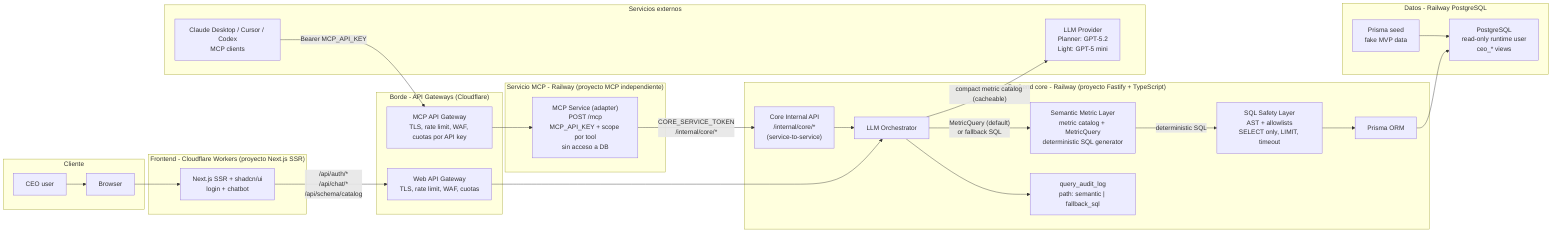
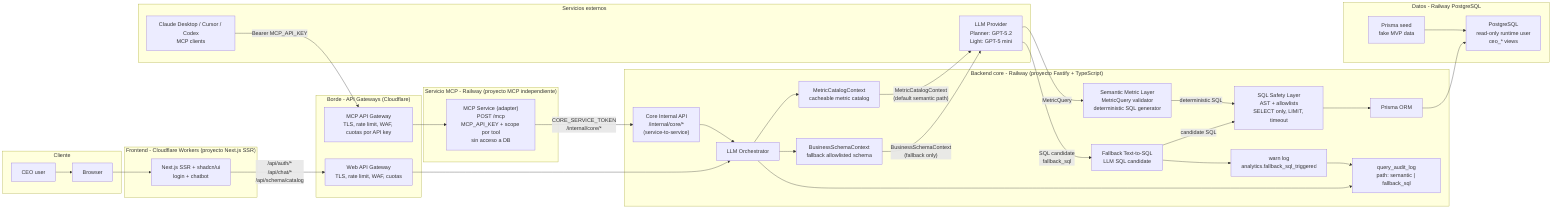
flowchart LR
  subgraph client["Cliente"]
    CEO["CEO user"]
    Browser["Browser"]
  end

  subgraph cf["Frontend - Cloudflare Workers (proyecto Next.js SSR)"]
    Next["Next.js SSR + shadcn/ui\nlogin + chatbot"]
  end

  subgraph edge["Borde - API Gateways (Cloudflare)"]
    WebGW["Web API Gateway\nTLS, rate limit, WAF, cuotas"]
    McpGW["MCP API Gateway\nTLS, rate limit, WAF, cuotas por API key"]
  end

  subgraph railwayApi["Backend core - Railway (proyecto Fastify + TypeScript)"]
    CoreAPI["Core Internal API\n/internal/core/*\n(service-to-service)"]
    Orchestrator["LLM Orchestrator"]
-     Semantic["Semantic Metric Layer\nmetric catalog + MetricQuery\ndeterministic SQL generator"]
+     MetricContext["MetricCatalogContext\ncacheable metric catalog"]
+     BusinessContext["BusinessSchemaContext\nfallback allowlisted schema"]
+     Semantic["Semantic Metric Layer\nMetricQuery validator\ndeterministic SQL generator"]
+     FallbackSQL["Fallback Text-to-SQL\nLLM SQL candidate"]
    Safety["SQL Safety Layer\nAST + allowlists\nSELECT only, LIMIT, timeout"]
    Prisma["Prisma ORM"]
+     FallbackLog["warn log\nanalytics.fallback_sql_triggered"]
    Audit["query_audit_log\npath: semantic | fallback_sql"]
  end

  subgraph mcpsvc["Servicio MCP - Railway (proyecto MCP independiente)"]
    MCPsvc["MCP Service (adapter)\nPOST /mcp\nMCP_API_KEY + scope por tool\nsin acceso a DB"]
  end

  subgraph railwayDb["Datos - Railway PostgreSQL"]
    Postgres["PostgreSQL\nread-only runtime user\nceo_* views"]
    Seed["Prisma seed\nfake MVP data"]
  end

  subgraph external["Servicios externos"]
    LLM["LLM Provider\nPlanner: GPT-5.2\nLight: GPT-5 mini"]
    ExternalClients["Claude Desktop / Cursor / Codex\nMCP clients"]
  end

  CEO --> Browser
  Browser --> Next
  Next -->|"/api/auth/*\n/api/chat/*\n/api/schema/catalog"| WebGW
  WebGW --> Orchestrator
  ExternalClients -->|"Bearer MCP_API_KEY"| McpGW
  McpGW --> MCPsvc
  MCPsvc -->|"CORE_SERVICE_TOKEN\n/internal/core/*"| CoreAPI
  CoreAPI --> Orchestrator
-   Orchestrator -->|"compact metric catalog (cacheable)"| LLM
-   Orchestrator -->|"MetricQuery (default)\nor fallback SQL"| Semantic
+   Orchestrator --> MetricContext
+   MetricContext -->|"MetricCatalogContext\n(default semantic path)"| LLM
+   LLM -->|"MetricQuery"| Semantic
+   Orchestrator --> BusinessContext
+   BusinessContext -->|"BusinessSchemaContext\n(fallback only)"| LLM
+   LLM -->|"SQL candidate\nfallback_sql"| FallbackSQL
  Semantic -->|"deterministic SQL"| Safety
+   FallbackSQL -->|"candidate SQL"| Safety
+   FallbackSQL --> FallbackLog
+   FallbackLog --> Audit
  Safety --> Prisma
  Prisma --> Postgres
  Seed --> Postgres
  Orchestrator --> Audit
